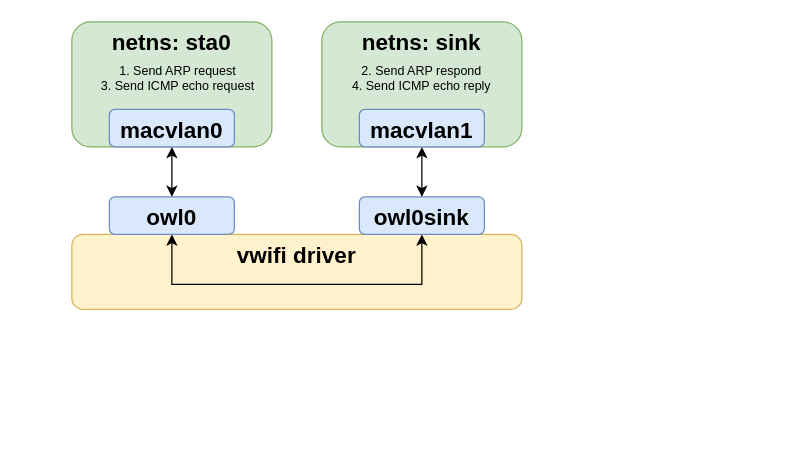
Earlier version of the draw.io diagram assets/vwifi.drawio (sysprog21/vwifi). Source tidied: cells renumbered, new cells numbered last; positions are measured from the earlier drawing's top-left corner, leaving out a move shared by most shapes. Both pictures are drawn from the tidied source at 125%, with x=0, y=0 at pixel (71, 21).
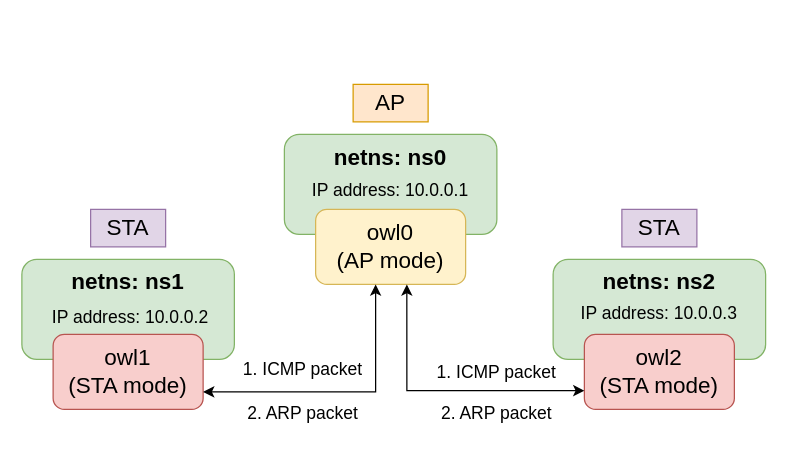
The same diagram, later.

Commit message (it also covers changes not shown here):
Implement real AP and STA mode

Change to the diagram source:
```diff
@@
-    <mxCell id="2" value="&lt;font style=&quot;font-size: 18px&quot;&gt;&lt;b&gt;netns: sta0&lt;/b&gt;&lt;/font&gt;" style="rounded=1;whiteSpace=wrap;html=1;fillColor=#d5e8d4;strokeColor=#82b366;verticalAlign=top;" parent="1" vertex="1">
-      <mxGeometry width="160" height="100" as="geometry" />
-    </mxCell>
-    <mxCell id="3" value="&lt;font style=&quot;font-size: 18px&quot;&gt;&lt;b&gt;vwifi driver&lt;/b&gt;&lt;/font&gt;" style="rounded=1;whiteSpace=wrap;html=1;fillColor=#fff2cc;strokeColor=#d6b656;verticalAlign=top;" parent="1" vertex="1">
-      <mxGeometry y="170" width="360" height="60" as="geometry" />
-    </mxCell>
-    <mxCell id="4" value="&lt;font style=&quot;font-size: 18px&quot;&gt;&lt;b&gt;netns: sink&lt;/b&gt;&lt;/font&gt;" style="rounded=1;whiteSpace=wrap;html=1;fillColor=#d5e8d4;strokeColor=#82b366;verticalAlign=top;" parent="1" vertex="1">
-      <mxGeometry x="200" width="160" height="100" as="geometry" />
-    </mxCell>
-    <mxCell id="5" style="edgeStyle=orthogonalEdgeStyle;rounded=0;jettySize=auto;html=1;fontSize=18;entryX=0.5;entryY=1;entryDx=0;entryDy=0;startArrow=classic;startFill=1;" parent="1" edge="1" source="6" target="7">
-      <mxGeometry relative="1" as="geometry">
-        <Array as="points">
-          <mxPoint x="80" y="210" />
-          <mxPoint x="280" y="210" />
-        </Array>
-      </mxGeometry>
-    </mxCell>
-    <mxCell id="6" value="&lt;font style=&quot;font-size: 18px&quot;&gt;&lt;b&gt;owl0&lt;/b&gt;&lt;/font&gt;" style="rounded=1;whiteSpace=wrap;html=1;fillColor=#dae8fc;strokeColor=#6c8ebf;verticalAlign=top;" parent="1" vertex="1">
-      <mxGeometry x="30" y="140" width="100" height="30" as="geometry" />
-    </mxCell>
-    <mxCell id="7" value="&lt;font style=&quot;font-size: 18px&quot;&gt;&lt;b&gt;owl0sink&lt;/b&gt;&lt;/font&gt;" style="rounded=1;whiteSpace=wrap;html=1;fillColor=#dae8fc;strokeColor=#6c8ebf;verticalAlign=top;" parent="1" vertex="1">
-      <mxGeometry x="230" y="140" width="100" height="30" as="geometry" />
-    </mxCell>
-    <mxCell id="8" style="edgeStyle=orthogonalEdgeStyle;rounded=0;jettySize=auto;html=1;fontSize=18;startArrow=classic;startFill=1;" parent="1" edge="1" source="9" target="6">
-      <mxGeometry relative="1" as="geometry" />
-    </mxCell>
-    <mxCell id="9" value="&lt;font style=&quot;font-size: 18px&quot;&gt;&lt;b&gt;macvlan0&lt;/b&gt;&lt;/font&gt;" style="rounded=1;whiteSpace=wrap;html=1;fillColor=#dae8fc;strokeColor=#6c8ebf;verticalAlign=top;" parent="1" vertex="1">
-      <mxGeometry x="30" y="70" width="100" height="30" as="geometry" />
-    </mxCell>
-    <mxCell id="10" style="edgeStyle=orthogonalEdgeStyle;rounded=0;jettySize=auto;html=1;fontSize=18;startArrow=classic;startFill=1;" parent="1" edge="1" source="11" target="7">
-      <mxGeometry relative="1" as="geometry" />
-    </mxCell>
-    <mxCell id="11" value="&lt;font style=&quot;font-size: 18px&quot;&gt;&lt;b&gt;macvlan1&lt;/b&gt;&lt;/font&gt;" style="rounded=1;whiteSpace=wrap;html=1;fillColor=#dae8fc;strokeColor=#6c8ebf;verticalAlign=top;" parent="1" vertex="1">
-      <mxGeometry x="230" y="70" width="100" height="30" as="geometry" />
-    </mxCell>
-    <mxCell id="12" value="1. Send ARP request&lt;br&gt;3. Send ICMP echo request" style="text;html=1;strokeColor=none;fillColor=none;align=center;verticalAlign=middle;whiteSpace=wrap;rounded=0;fontSize=10;" parent="1" vertex="1">
-      <mxGeometry x="20" y="30" width="130" height="30" as="geometry" />
-    </mxCell>
-    <mxCell id="13" value="2. Send ARP respond&lt;br&gt;4. Send ICMP echo reply" style="text;html=1;strokeColor=none;fillColor=none;align=center;verticalAlign=middle;whiteSpace=wrap;rounded=0;fontSize=10;" parent="1" vertex="1">
-      <mxGeometry x="215" y="30" width="130" height="30" as="geometry" />
-    </mxCell>
+    <mxCell id="14" style="rounded=1;whiteSpace=wrap;html=1;fillColor=#d5e8d4;strokeColor=#82b366;" parent="1" vertex="1">
+      <mxGeometry x="170" y="90" width="170" height="80" as="geometry" />
+    </mxCell>
+    <mxCell id="15" value="netns: ns0" style="text;html=1;strokeColor=none;fillColor=none;align=center;verticalAlign=middle;whiteSpace=wrap;rounded=0;fontSize=18;fontStyle=1;" parent="1" vertex="1">
+      <mxGeometry x="200" y="94" width="110" height="30" as="geometry" />
+    </mxCell>
+    <mxCell id="16" value="AP" style="text;html=1;strokeColor=#d79b00;fillColor=#ffe6cc;align=center;verticalAlign=middle;whiteSpace=wrap;rounded=0;fontSize=18;" parent="1" vertex="1">
+      <mxGeometry x="225" y="50" width="60" height="30" as="geometry" />
+    </mxCell>
+    <mxCell id="17" value="owl0&lt;br&gt;(AP mode)" style="rounded=1;whiteSpace=wrap;html=1;fontSize=18;fillColor=#fff2cc;strokeColor=#d6b656;" parent="1" vertex="1">
+      <mxGeometry x="195" y="150" width="120" height="60" as="geometry" />
+    </mxCell>
+    <mxCell id="18" style="rounded=1;whiteSpace=wrap;html=1;fillColor=#d5e8d4;strokeColor=#82b366;" parent="1" vertex="1">
+      <mxGeometry x="-40" y="190" width="170" height="80" as="geometry" />
+    </mxCell>
+    <mxCell id="19" value="netns: ns1" style="text;html=1;strokeColor=none;fillColor=none;align=center;verticalAlign=middle;whiteSpace=wrap;rounded=0;fontSize=18;fontStyle=1;" parent="1" vertex="1">
+      <mxGeometry x="-10" y="193" width="110" height="30" as="geometry" />
+    </mxCell>
+    <mxCell id="20" value="STA" style="text;html=1;strokeColor=#9673a6;fillColor=#e1d5e7;align=center;verticalAlign=middle;whiteSpace=wrap;rounded=0;fontSize=18;" parent="1" vertex="1">
+      <mxGeometry x="15" y="150" width="60" height="30" as="geometry" />
+    </mxCell>
+    <mxCell id="21" value="owl1&lt;br&gt;(STA mode)" style="rounded=1;whiteSpace=wrap;html=1;fontSize=18;fillColor=#f8cecc;strokeColor=#b85450;" parent="1" vertex="1">
+      <mxGeometry x="-15" y="250" width="120" height="60" as="geometry" />
+    </mxCell>
+    <mxCell id="22" style="rounded=1;whiteSpace=wrap;html=1;fillColor=#d5e8d4;strokeColor=#82b366;" parent="1" vertex="1">
+      <mxGeometry x="385" y="190" width="170" height="80" as="geometry" />
+    </mxCell>
+    <mxCell id="23" value="netns: ns2" style="text;html=1;strokeColor=none;fillColor=none;align=center;verticalAlign=middle;whiteSpace=wrap;rounded=0;fontSize=18;fontStyle=1;" parent="1" vertex="1">
+      <mxGeometry x="415" y="193" width="110" height="30" as="geometry" />
+    </mxCell>
+    <mxCell id="24" value="STA" style="text;html=1;strokeColor=#9673a6;fillColor=#e1d5e7;align=center;verticalAlign=middle;whiteSpace=wrap;rounded=0;fontSize=18;" parent="1" vertex="1">
+      <mxGeometry x="440" y="150" width="60" height="30" as="geometry" />
+    </mxCell>
+    <mxCell id="25" value="owl2&lt;br&gt;(STA mode)" style="rounded=1;whiteSpace=wrap;html=1;fontSize=18;fillColor=#f8cecc;strokeColor=#b85450;" parent="1" vertex="1">
+      <mxGeometry x="410" y="250" width="120" height="60" as="geometry" />
+    </mxCell>
+    <mxCell id="26" style="endArrow=classic;startArrow=classic;html=1;rounded=0;fontSize=18;exitX=1;exitY=0.867;exitDx=0;exitDy=0;exitPerimeter=0;" parent="1" edge="1">
+      <mxGeometry relative="1" as="geometry">
+        <mxPoint x="105" y="296" as="sourcePoint" />
+        <mxPoint x="243" y="210" as="targetPoint" />
+        <Array as="points">
+          <mxPoint x="243" y="296" />
+        </Array>
+      </mxGeometry>
+    </mxCell>
+    <mxCell id="27" style="endArrow=classic;startArrow=classic;html=1;rounded=0;fontSize=18;entryX=0.608;entryY=1;entryDx=0;entryDy=0;entryPerimeter=0;exitX=0;exitY=0.75;exitDx=0;exitDy=0;" parent="1" edge="1" source="25" target="17">
+      <mxGeometry relative="1" as="geometry">
+        <Array as="points">
+          <mxPoint x="268" y="295" />
+        </Array>
+      </mxGeometry>
+    </mxCell>
+    <mxCell id="28" value="1. ICMP packet" style="text;html=1;strokeColor=none;fillColor=none;align=center;verticalAlign=middle;whiteSpace=wrap;rounded=0;fontSize=14;" parent="1" vertex="1">
+      <mxGeometry x="130" y="265" width="110" height="25" as="geometry" />
+    </mxCell>
+    <mxCell id="29" value="1. ICMP packet" style="text;html=1;strokeColor=none;fillColor=none;align=center;verticalAlign=middle;whiteSpace=wrap;rounded=0;fontSize=14;" parent="1" vertex="1">
+      <mxGeometry x="285" y="267.5" width="110" height="25" as="geometry" />
+    </mxCell>
+    <mxCell id="30" value="2. ARP packet" style="text;html=1;strokeColor=none;fillColor=none;align=center;verticalAlign=middle;whiteSpace=wrap;rounded=0;fontSize=14;" parent="1" vertex="1">
+      <mxGeometry x="130" y="300" width="110" height="25" as="geometry" />
+    </mxCell>
+    <mxCell id="31" value="2. ARP packet" style="text;html=1;strokeColor=none;fillColor=none;align=center;verticalAlign=middle;whiteSpace=wrap;rounded=0;fontSize=14;" parent="1" vertex="1">
+      <mxGeometry x="285" y="300" width="110" height="25" as="geometry" />
+    </mxCell>
+    <mxCell id="32" value="IP address: 10.0.0.2" style="text;html=1;strokeColor=none;fillColor=none;align=center;verticalAlign=middle;whiteSpace=wrap;rounded=0;fontSize=14;" parent="1" vertex="1">
+      <mxGeometry x="-28" y="221" width="150" height="30" as="geometry" />
+    </mxCell>
+    <mxCell id="33" value="IP address: 10.0.0.1" style="text;html=1;strokeColor=none;fillColor=none;align=center;verticalAlign=middle;whiteSpace=wrap;rounded=0;fontSize=14;" parent="1" vertex="1">
+      <mxGeometry x="180" y="120" width="150" height="30" as="geometry" />
+    </mxCell>
+    <mxCell id="34" value="IP address: 10.0.0.3" style="text;html=1;strokeColor=none;fillColor=none;align=center;verticalAlign=middle;whiteSpace=wrap;rounded=0;fontSize=14;" parent="1" vertex="1">
+      <mxGeometry x="395" y="218" width="150" height="30" as="geometry" />
+    </mxCell>
```
